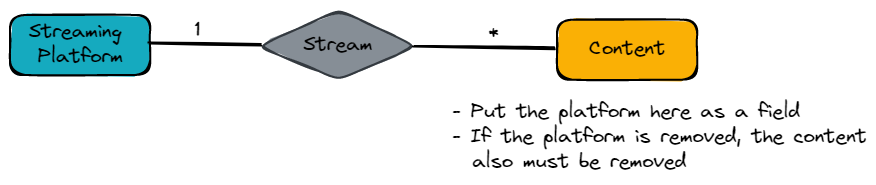
Above: design.excalidraw.png in FadyGamilM/IMDB-API-Clone (Excalidraw), before the change. Source tidied: one line per element, renumbered; positions are measured from the earlier drawing's top-left corner, leaving out a move shared by most shapes. Its diagram source:
```json
{"id": 0, "type": "rectangle", "strokeColor": "#000000", "backgroundColor": "#15aabf", "fillStyle": "solid", "strokeWidth": 2, "roughness": 1, "round": true, "x": 0, "y": 5, "width": 140, "height": 60}
{"id": 1, "type": "text", "text": "Streaming \nPlatform", "strokeColor": "#000000", "backgroundColor": "#7950f2", "fillStyle": "solid", "strokeWidth": 2, "roughness": 1, "fontSize": 20, "fontFamily": 1, "textAlign": "center", "verticalAlign": "middle", "inside": 0, "x": 19, "y": 10, "width": 103, "height": 50}
{"id": 2, "type": "rectangle", "strokeColor": "#000000", "backgroundColor": "#fab005", "fillStyle": "solid", "strokeWidth": 2, "roughness": 1, "round": true, "x": 547, "y": 10, "width": 140, "height": 60}
{"id": 3, "type": "text", "text": "Content", "strokeColor": "#000000", "backgroundColor": "#7950f2", "fillStyle": "solid", "strokeWidth": 2, "roughness": 1, "fontSize": 20, "fontFamily": 1, "textAlign": "center", "verticalAlign": "middle", "inside": 2, "x": 579, "y": 27, "width": 76, "height": 25}
{"id": 4, "type": "diamond", "strokeColor": "#343a40", "backgroundColor": "#868e96", "fillStyle": "solid", "strokeWidth": 2, "roughness": 1, "round": true, "x": 249, "y": 0, "width": 158, "height": 70}
{"id": 5, "type": "text", "text": "Stream", "strokeColor": "#000000", "backgroundColor": "#15aabf", "fillStyle": "solid", "strokeWidth": 2, "roughness": 1, "fontSize": 20, "fontFamily": 1, "textAlign": "center", "verticalAlign": "middle", "inside": 4, "x": 293, "y": 22, "width": 69, "height": 25}
{"id": 6, "type": "line", "strokeColor": "#000000", "backgroundColor": "#15aabf", "fillStyle": "solid", "strokeWidth": 2, "roughness": 1, "round": true, "x": 138, "y": 34, "width": 112, "height": 1, "points": [[0, 0], [112, 1]]}
{"id": 7, "type": "line", "strokeColor": "#000000", "backgroundColor": "#15aabf", "fillStyle": "solid", "strokeWidth": 2, "roughness": 1, "round": true, "x": 404, "y": 35, "width": 140, "height": 4, "points": [[0, 0], [140, 4]]}
{"id": 8, "type": "text", "text": "1", "strokeColor": "#000000", "backgroundColor": "#15aabf", "fillStyle": "solid", "strokeWidth": 2, "roughness": 1, "fontSize": 20, "fontFamily": 1, "x": 185, "y": 8, "width": 5, "height": 25}
{"id": 9, "type": "text", "text": "*", "strokeColor": "#000000", "backgroundColor": "#15aabf", "fillStyle": "solid", "strokeWidth": 2, "roughness": 1, "fontSize": 20, "fontFamily": 1, "x": 479, "y": 10, "width": 10, "height": 25}
{"id": 10, "type": "text", "text": "- Put the platform here as a field\n- If the platform is removed, the content\n  also must be removed", "strokeColor": "#000000", "backgroundColor": "#15aabf", "fillStyle": "solid", "strokeWidth": 2, "roughness": 1, "fontSize": 20, "fontFamily": 1, "x": 442, "y": 90, "width": 415, "height": 75}
```
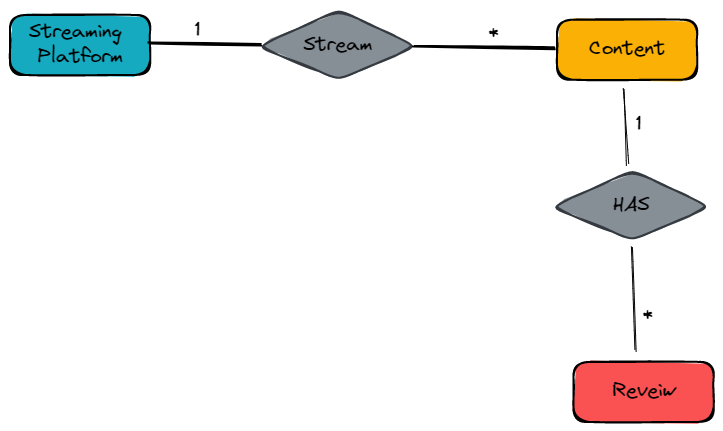
After the commit.

Commit message:
DOC | Content_Streaming_App | add some documentation

Change to the diagram source:
```diff
@@ -8,4 +8,11 @@
 {"id": 7, "type": "line", "strokeColor": "#000000", "backgroundColor": "#15aabf", "fillStyle": "solid", "strokeWidth": 2, "roughness": 1, "round": true, "x": 404, "y": 35, "width": 140, "height": 4, "points": [[0, 0], [140, 4]]}
 {"id": 8, "type": "text", "text": "1", "strokeColor": "#000000", "backgroundColor": "#15aabf", "fillStyle": "solid", "strokeWidth": 2, "roughness": 1, "fontSize": 20, "fontFamily": 1, "x": 185, "y": 8, "width": 5, "height": 25}
 {"id": 9, "type": "text", "text": "*", "strokeColor": "#000000", "backgroundColor": "#15aabf", "fillStyle": "solid", "strokeWidth": 2, "roughness": 1, "fontSize": 20, "fontFamily": 1, "x": 479, "y": 10, "width": 10, "height": 25}
-{"id": 10, "type": "text", "text": "- Put the platform here as a field\n- If the platform is removed, the content\n  also must be removed", "strokeColor": "#000000", "backgroundColor": "#15aabf", "fillStyle": "solid", "strokeWidth": 2, "roughness": 1, "fontSize": 20, "fontFamily": 1, "x": 442, "y": 90, "width": 415, "height": 75}
+{"id": 11, "type": "rectangle", "strokeColor": "#000000", "backgroundColor": "#fa5252", "fillStyle": "solid", "strokeWidth": 2, "roughness": 1, "round": true, "x": 564, "y": 352, "width": 140, "height": 60}
+{"id": 12, "type": "text", "text": "Reveiw", "strokeColor": "#000000", "backgroundColor": "#7950f2", "fillStyle": "solid", "strokeWidth": 2, "roughness": 1, "fontSize": 20, "fontFamily": 1, "textAlign": "center", "verticalAlign": "middle", "inside": 11, "x": 602, "y": 369, "width": 62, "height": 25}
+{"id": 13, "type": "diamond", "strokeColor": "#343a40", "backgroundColor": "#868e96", "fillStyle": "solid", "strokeWidth": 2, "roughness": 1, "round": true, "x": 542, "y": 161, "width": 158, "height": 70}
+{"id": 14, "type": "text", "text": "HAS", "strokeColor": "#000000", "backgroundColor": "#15aabf", "fillStyle": "solid", "strokeWidth": 2, "roughness": 1, "fontSize": 20, "fontFamily": 1, "textAlign": "center", "verticalAlign": "middle", "inside": 13, "x": 603, "y": 183, "width": 36, "height": 25}
+{"id": 15, "type": "arrow", "strokeColor": "#000000", "backgroundColor": "#be4bdb", "fillStyle": "hachure", "strokeWidth": 1, "roughness": 1, "round": true, "from": 2, "to": 13, "x": 613, "y": 80, "width": 4, "height": 76, "points": [[0, 0], [4, 76]]}
+{"id": 16, "type": "arrow", "strokeColor": "#000000", "backgroundColor": "#be4bdb", "fillStyle": "hachure", "strokeWidth": 1, "roughness": 1, "round": true, "from": 13, "to": 11, "x": 621, "y": 236, "width": 5, "height": 105, "points": [[0, 0], [5, 105]]}
+{"id": 17, "type": "text", "text": "1", "strokeColor": "#000000", "backgroundColor": "#15aabf", "fillStyle": "solid", "strokeWidth": 2, "roughness": 1, "fontSize": 20, "fontFamily": 1, "x": 626, "y": 102, "width": 5, "height": 25}
+{"id": 18, "type": "text", "text": "*", "strokeColor": "#000000", "backgroundColor": "#15aabf", "fillStyle": "solid", "strokeWidth": 2, "roughness": 1, "fontSize": 20, "fontFamily": 1, "x": 633, "y": 292, "width": 10, "height": 25}
```
